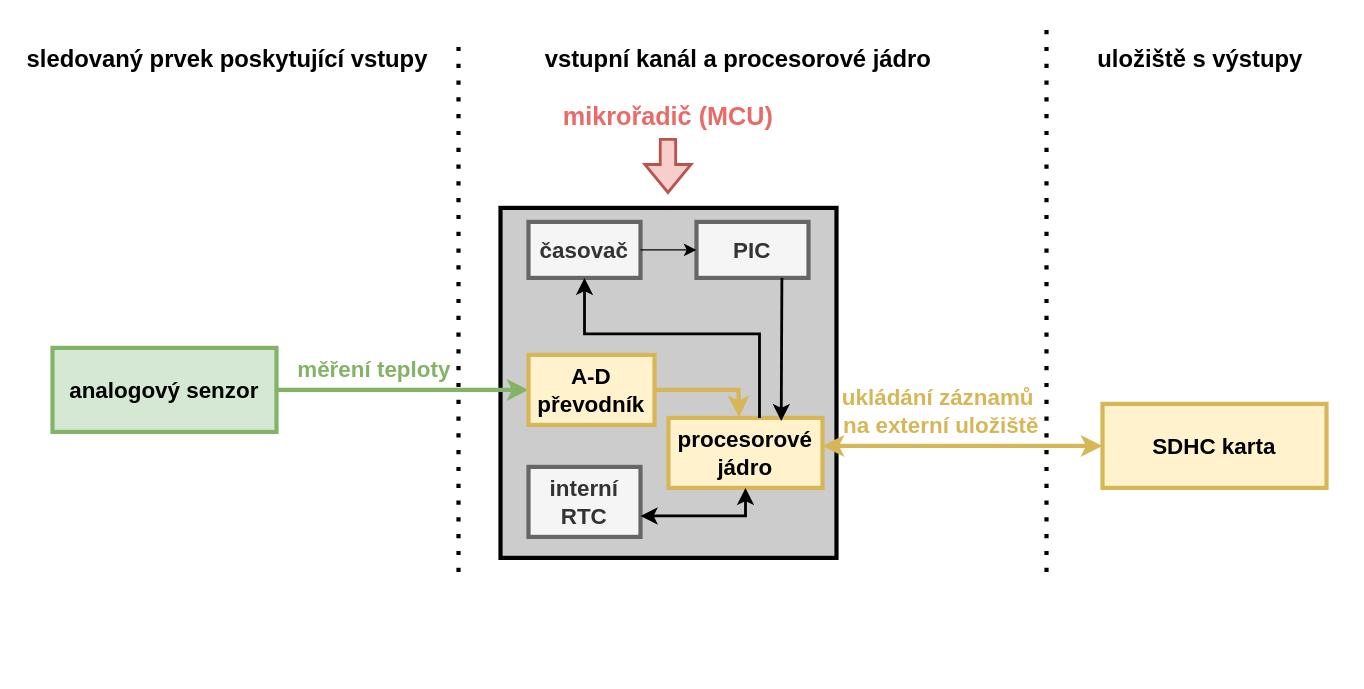
Before: diagrams/recorder_mcu/recorder_mcu.drawio in Doly02/thesis, a draw.io diagram. Source tidied: cells renumbered, new cells numbered last; positions are measured from the earlier drawing's top-left corner, leaving out a move shared by most shapes. Both pictures are drawn from the tidied source at 140%, with x=0, y=0 at pixel (24, 25).
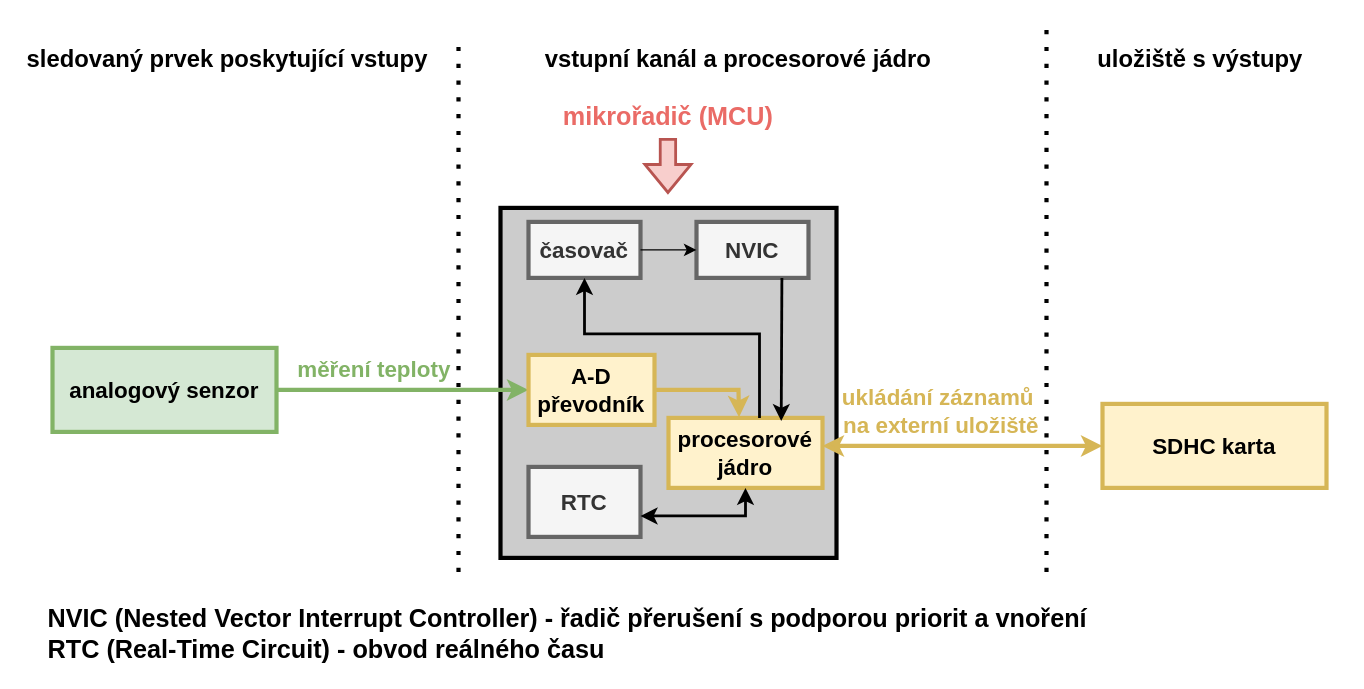
The same diagram, later.

Change to the diagram source:
```diff
@@
-    <mxCell id="6" value="&lt;b style=&quot;&quot;&gt;&lt;font style=&quot;font-size: 16px;&quot;&gt;interní&lt;/font&gt;&lt;/b&gt;&lt;div&gt;&lt;b style=&quot;&quot;&gt;&lt;font style=&quot;font-size: 16px;&quot;&gt;RTC&lt;/font&gt;&lt;/b&gt;&lt;/div&gt;" style="rounded=0;whiteSpace=wrap;html=1;fillColor=#f5f5f5;strokeColor=#666666;strokeWidth=3;fontColor=#333333;" parent="1" vertex="1">
+    <mxCell id="6" value="&lt;span style=&quot;font-size: 16px;&quot;&gt;&lt;b&gt;RTC&lt;/b&gt;&lt;/span&gt;" style="rounded=0;whiteSpace=wrap;html=1;fillColor=#f5f5f5;strokeColor=#666666;strokeWidth=3;fontColor=#333333;" parent="1" vertex="1">
       <mxGeometry x="360" y="315" width="80" height="50" as="geometry" />
     </mxCell>
@@
-    <mxCell id="13" value="&lt;font style=&quot;font-size: 16px;&quot;&gt;&lt;b style=&quot;&quot;&gt;PIC&lt;/b&gt;&lt;/font&gt;" style="rounded=0;whiteSpace=wrap;html=1;fillColor=#f5f5f5;fontColor=#333333;strokeColor=#666666;strokeWidth=3;" parent="1" vertex="1">
+    <mxCell id="13" value="&lt;font style=&quot;font-size: 16px;&quot;&gt;&lt;b style=&quot;&quot;&gt;NVIC&lt;/b&gt;&lt;/font&gt;" style="rounded=0;whiteSpace=wrap;html=1;fillColor=#f5f5f5;fontColor=#333333;strokeColor=#666666;strokeWidth=3;" parent="1" vertex="1">
       <mxGeometry x="480" y="140" width="80" height="40" as="geometry" />
     </mxCell>
@@
+    <mxCell id="26" value="&lt;font style=&quot;font-size: 18px;&quot;&gt;&lt;b style=&quot;&quot;&gt;NVIC (Nested Vector Interrupt Controller) &lt;font style=&quot;&quot;&gt;-&amp;nbsp;&lt;/font&gt;&lt;/b&gt;&lt;font style=&quot;&quot;&gt;&lt;b&gt;řadič přerušení s podporou priorit a vnoření&lt;/b&gt;&lt;/font&gt;&lt;/font&gt;&lt;div&gt;&lt;font style=&quot;font-size: 18px;&quot;&gt;&lt;b style=&quot;&quot;&gt;RTC&amp;nbsp;&lt;/b&gt;&lt;b style=&quot;background-color: transparent; color: light-dark(rgb(0, 0, 0), rgb(255, 255, 255));&quot;&gt;(Real-Time Circuit)&amp;nbsp;&lt;/b&gt;&lt;b style=&quot;background-color: transparent; color: light-dark(rgb(0, 0, 0), rgb(255, 255, 255));&quot;&gt;- obvod reálného času&lt;/b&gt;&lt;/font&gt;&lt;/div&gt;" style="text;html=1;align=left;verticalAlign=middle;whiteSpace=wrap;rounded=0;" parent="1" vertex="1">
+      <mxGeometry x="15" y="420" width="915" height="30" as="geometry" />
+    </mxCell>
```
